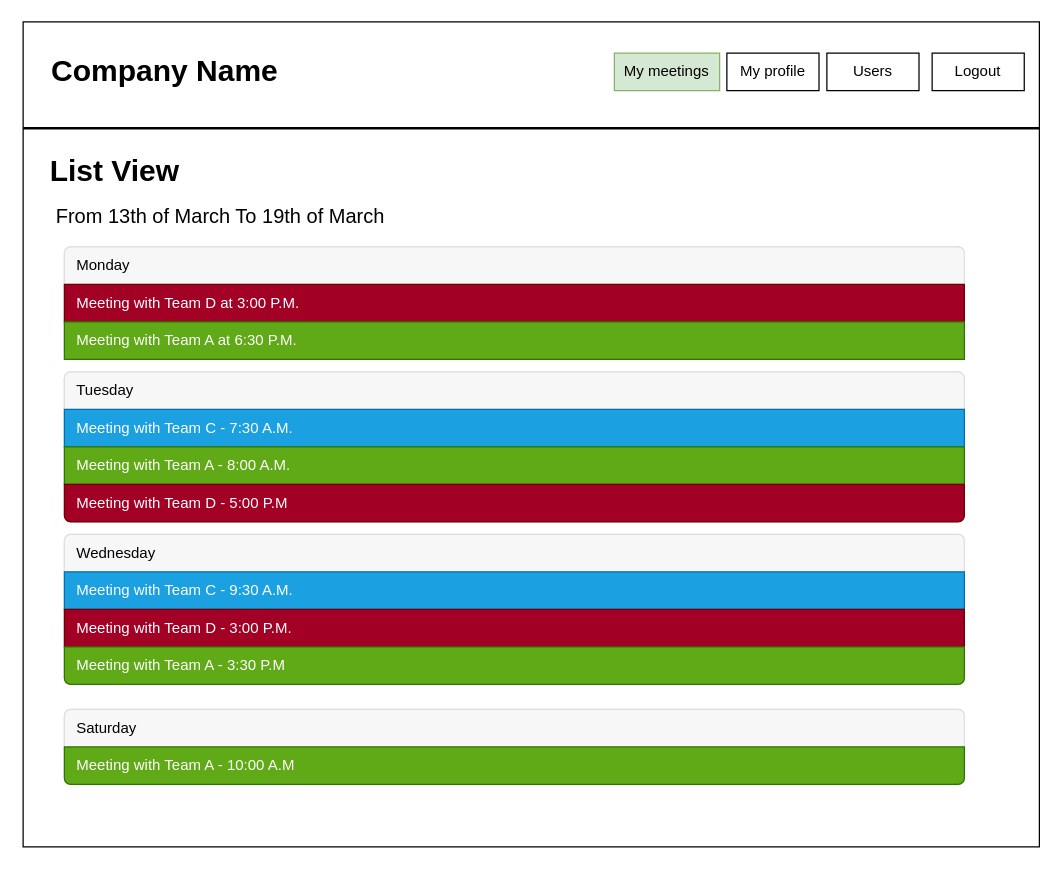
gyorkistamas/afp2-2023-tavasz-stopinventing keeps this draw.io diagram as Dokumentáció/DrawIO files/my_meetings_list.drawio. Above is the earlier version. Source tidied: cells renumbered, new cells numbered last; positions are measured from the earlier drawing's top-left corner, leaving out a move shared by most shapes. Both pictures are drawn from the tidied source at 125%, with x=0, y=0 at pixel (22, 21).
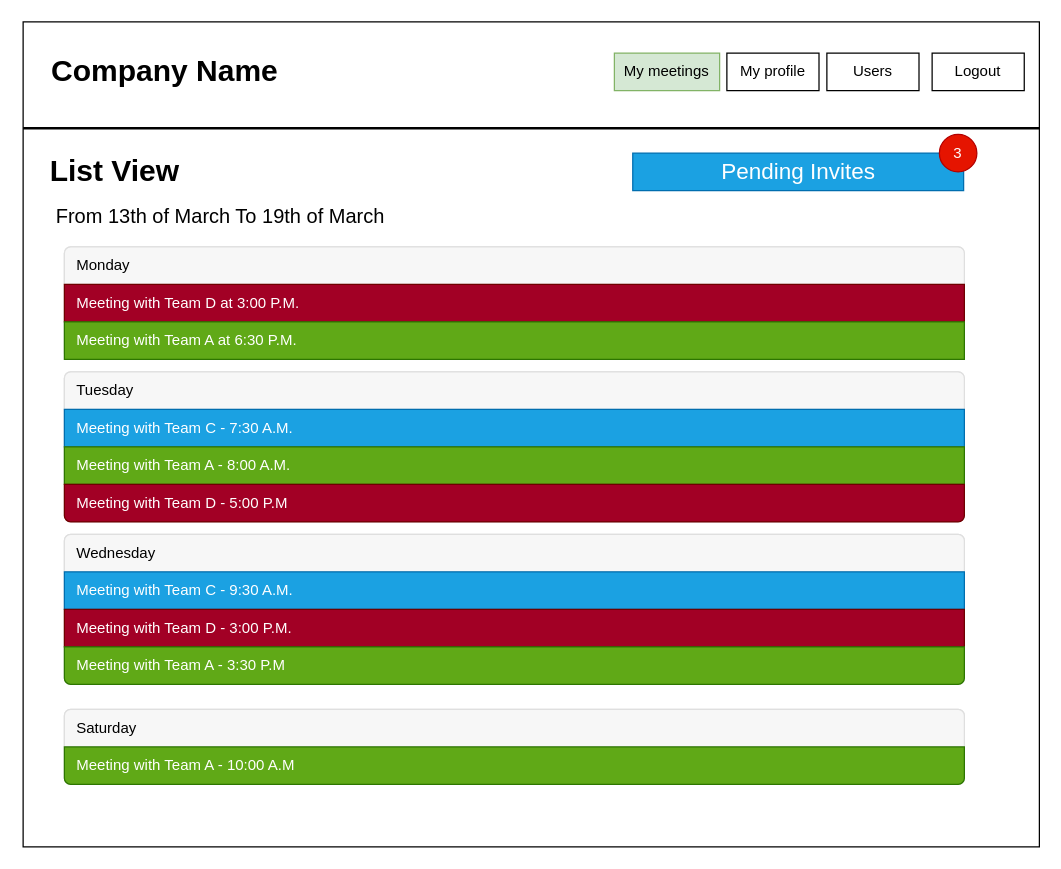
Above is the later version.

The edit, as a diff of the source:
```diff
@@
+    <mxCell id="28" style="group;" parent="1" vertex="1">
+      <mxGeometry x="557.7" y="90" width="205.3" height="45" as="geometry" />
+    </mxCell>
+    <mxCell id="29" value="&lt;font style=&quot;font-size: 18px;&quot;&gt;Pending Invites&lt;/font&gt;" style="rounded=0;whiteSpace=wrap;html=1;fillColor=#1ba1e2;fontColor=#ffffff;strokeColor=#006EAF;" parent="28" vertex="1">
+      <mxGeometry x="-70" y="15" width="264.7" height="30" as="geometry" />
+    </mxCell>
+    <mxCell id="30" value="3" style="ellipse;whiteSpace=wrap;html=1;fillColor=#e51400;fontColor=#ffffff;strokeColor=#B20000;" parent="28" vertex="1">
+      <mxGeometry x="175.3" width="30" height="30" as="geometry" />
+    </mxCell>
```
